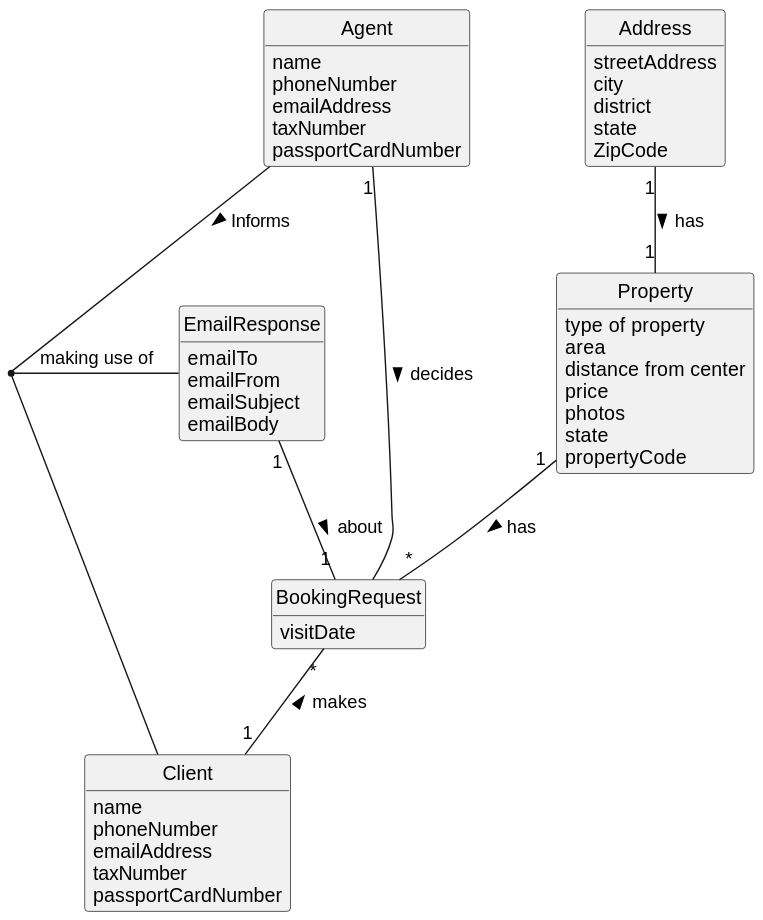
Earlier version of the PlantUML export docs/sprintD/us016/02.analysis/svg/us016-domain-model.svg (1220812/LAPR2). Source of this version:
```plantuml
@startuml
skinparam monochrome true
skinparam packageStyle rectangle
skinparam shadowing false


skinparam classAttributeIconSize 0

hide circle
hide methods



class EmailResponse {
    emailTo
    emailFrom
    emailSubject
    emailBody
}

class Agent {
    name
    phoneNumber
    emailAddress
    taxNumber
    passportCardNumber
}



class Client {
      name
      phoneNumber
      emailAddress
      taxNumber
      passportCardNumber
}

class Property {
       type of property
       area
       distance from center
       price
       photos
       state
       propertyCode

}

class BookingRequest {
    visitDate

}

class Address {
      streetAddress
      city
      district
      state
      ZipCode
}

Agent -- Client: Informs >
(Agent, Client) -- EmailResponse: making use of

Property "1" -- "*" BookingRequest: has >
EmailResponse "1" -- "1" BookingRequest: about >
Agent "1" -- BookingRequest: decides >
BookingRequest "*" -- "1" Client: makes <
Address "1" -- "1" Property: has >
@enduml
```
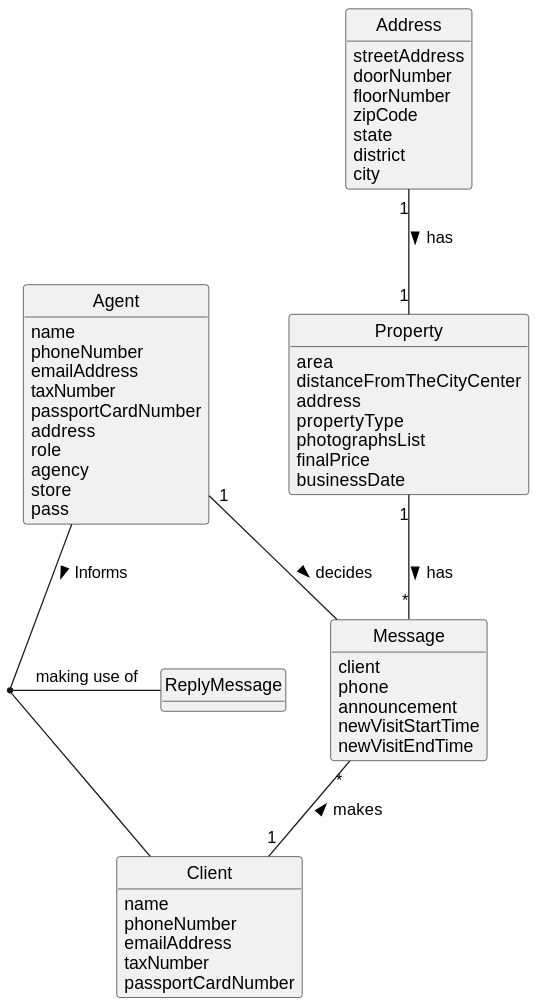
After the commit.

What changed in the source:
```diff
@@ -10,12 +10,7 @@
 hide methods
 
 
-
-class EmailResponse {
-    emailTo
-    emailFrom
-    emailSubject
-    emailBody
+class ReplyMessage{
 }
 
 class Agent {
@@ -24,9 +19,23 @@
     emailAddress
     taxNumber
     passportCardNumber
+    address
+    role
+    agency
+    store
+    pass
 }
 
 
+class Address {
+     streetAddress
+     doorNumber
+     floorNumber
+     zipCode
+     state
+     district
+     city
+}
 
 class Client {
       name
@@ -37,35 +46,28 @@
 }
 
 class Property {
-       type of property
        area
-       distance from center
-       price
-       photos
-       state
-       propertyCode
-
+       distanceFromTheCityCenter
+       address
+       propertyType
+       photographsList
+       finalPrice
+       businessDate
 }
 
-class BookingRequest {
-    visitDate
-
+class Message {
+    client
+    phone
+    announcement
+    newVisitStartTime
+    newVisitEndTime
 }
 
-class Address {
-      streetAddress
-      city
-      district
-      state
-      ZipCode
-}
 
 Agent -- Client: Informs >
-(Agent, Client) -- EmailResponse: making use of
-
-Property "1" -- "*" BookingRequest: has >
-EmailResponse "1" -- "1" BookingRequest: about >
-Agent "1" -- BookingRequest: decides >
-BookingRequest "*" -- "1" Client: makes <
+(Agent, Client) -- ReplyMessage: making use of
+Property "1" -- "*" Message: has >
+Agent "1" -- Message: decides >
+Message "*" -- "1" Client: makes <
 Address "1" -- "1" Property: has >
 @enduml
```
